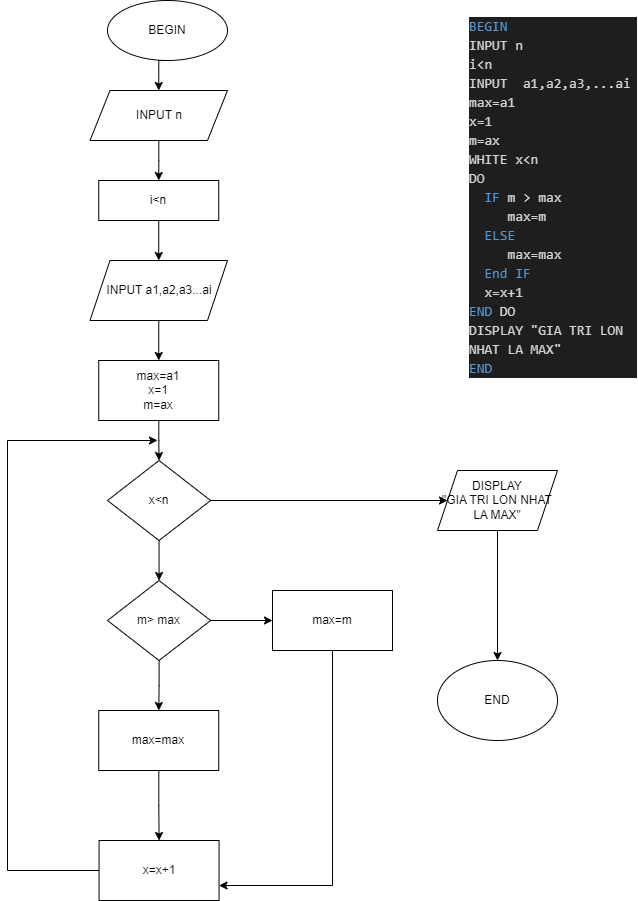
Before: ss3_ma_gia_luu_do/giatrilonnhattrongmotdayso.png, a diagram exported from draw.io (hovien2201/C123G1-HoVien). Source tidied: cells renumbered, new cells last; positions are measured from the earlier drawing's top-left corner, leaving out a move shared by most shapes.
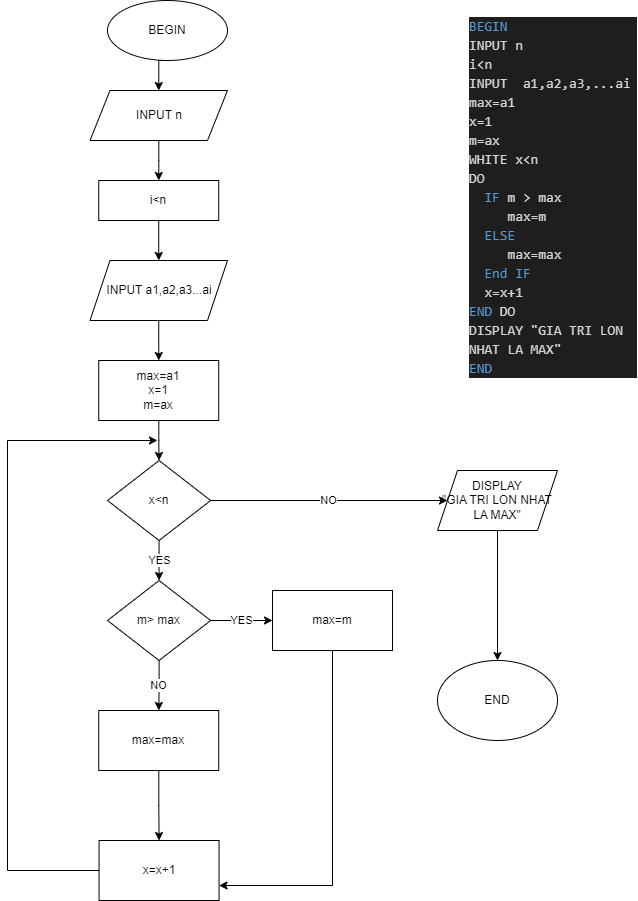
After the change.

Commit message:
ss3_ma_gia_luu_do

Diff of the diagram source:
```diff
@@ -35,19 +35,19 @@
     <mxCell id="12" value="max=a1&lt;br&gt;x=1&lt;br&gt;m=ax" style="rounded=0;whiteSpace=wrap;html=1;" parent="1" vertex="1">
       <mxGeometry x="91.2" y="360" width="120" height="60" as="geometry" />
     </mxCell>
-    <mxCell id="13" style="edgeStyle=orthogonalEdgeStyle;rounded=0;jettySize=auto;html=1;" parent="1" edge="1" source="15" target="18">
+    <mxCell id="13" value="YES" style="edgeStyle=orthogonalEdgeStyle;rounded=0;jettySize=auto;html=1;" parent="1" edge="1" source="15" target="18">
       <mxGeometry relative="1" as="geometry" />
     </mxCell>
-    <mxCell id="14" style="edgeStyle=orthogonalEdgeStyle;rounded=0;jettySize=auto;html=1;" parent="1" edge="1" source="15" target="26">
+    <mxCell id="14" value="NO" style="edgeStyle=orthogonalEdgeStyle;rounded=0;jettySize=auto;html=1;" parent="1" edge="1" source="15" target="26">
       <mxGeometry relative="1" as="geometry" />
     </mxCell>
     <mxCell id="15" value="x&amp;lt;n" style="rhombus;whiteSpace=wrap;html=1;" parent="1" vertex="1">
       <mxGeometry x="100" y="460" width="103.1" height="80" as="geometry" />
     </mxCell>
-    <mxCell id="16" style="edgeStyle=orthogonalEdgeStyle;rounded=0;jettySize=auto;html=1;" parent="1" edge="1" source="18" target="20">
+    <mxCell id="16" value="YES" style="edgeStyle=orthogonalEdgeStyle;rounded=0;jettySize=auto;html=1;" parent="1" edge="1" source="18" target="20">
       <mxGeometry relative="1" as="geometry" />
     </mxCell>
-    <mxCell id="17" style="edgeStyle=orthogonalEdgeStyle;rounded=0;jettySize=auto;html=1;" parent="1" edge="1" source="18" target="22">
+    <mxCell id="17" value="NO" style="edgeStyle=orthogonalEdgeStyle;rounded=0;jettySize=auto;html=1;" parent="1" edge="1" source="18" target="22">
       <mxGeometry relative="1" as="geometry" />
     </mxCell>
     <mxCell id="18" value="m&amp;gt; max" style="rhombus;whiteSpace=wrap;html=1;" parent="1" vertex="1">
```
